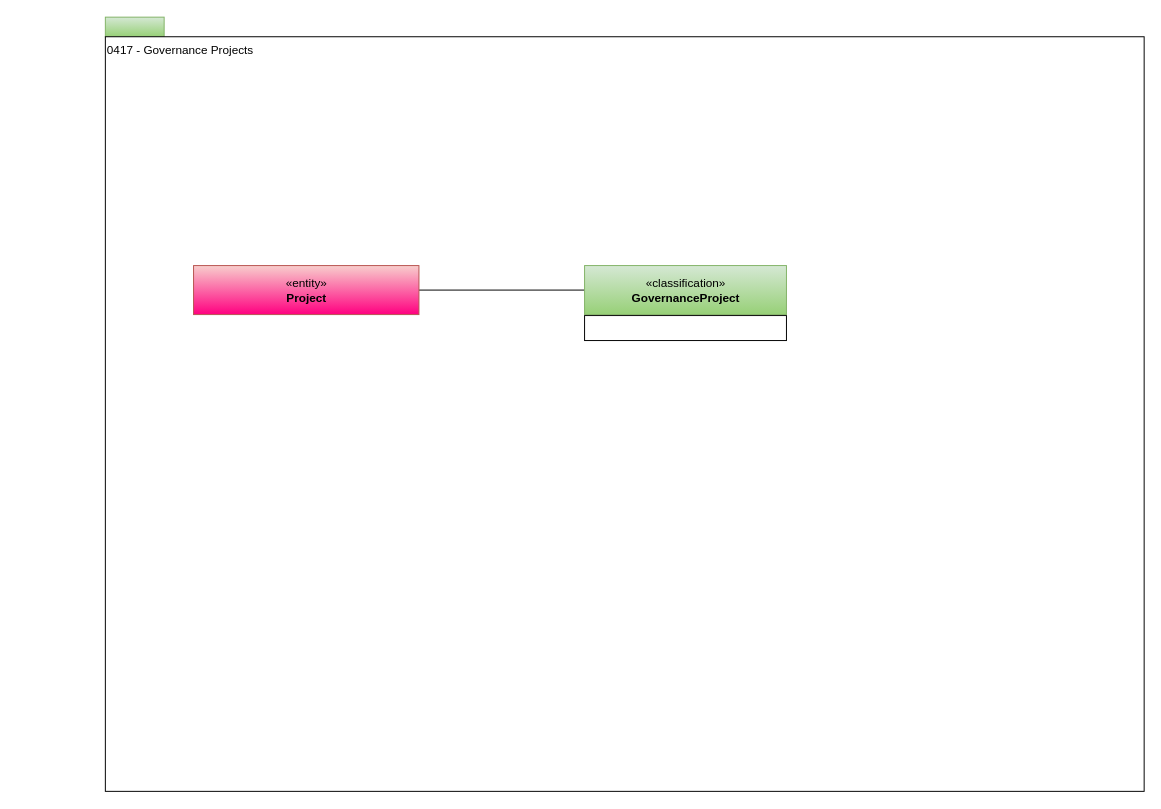
odpi/egeria-docs keeps this draw.io diagram as page "0417-Governance-Projects" (5 of 30) of site/docs/types/4/area-4-governance.drawio. Above is the earlier version. Source tidied: cells renumbered, new cells numbered last; positions are measured from the earlier drawing's top-left corner, leaving out a move shared by most shapes. Both pictures are drawn from the tidied source at 98%, with x=0, y=0 at pixel (105, 17).
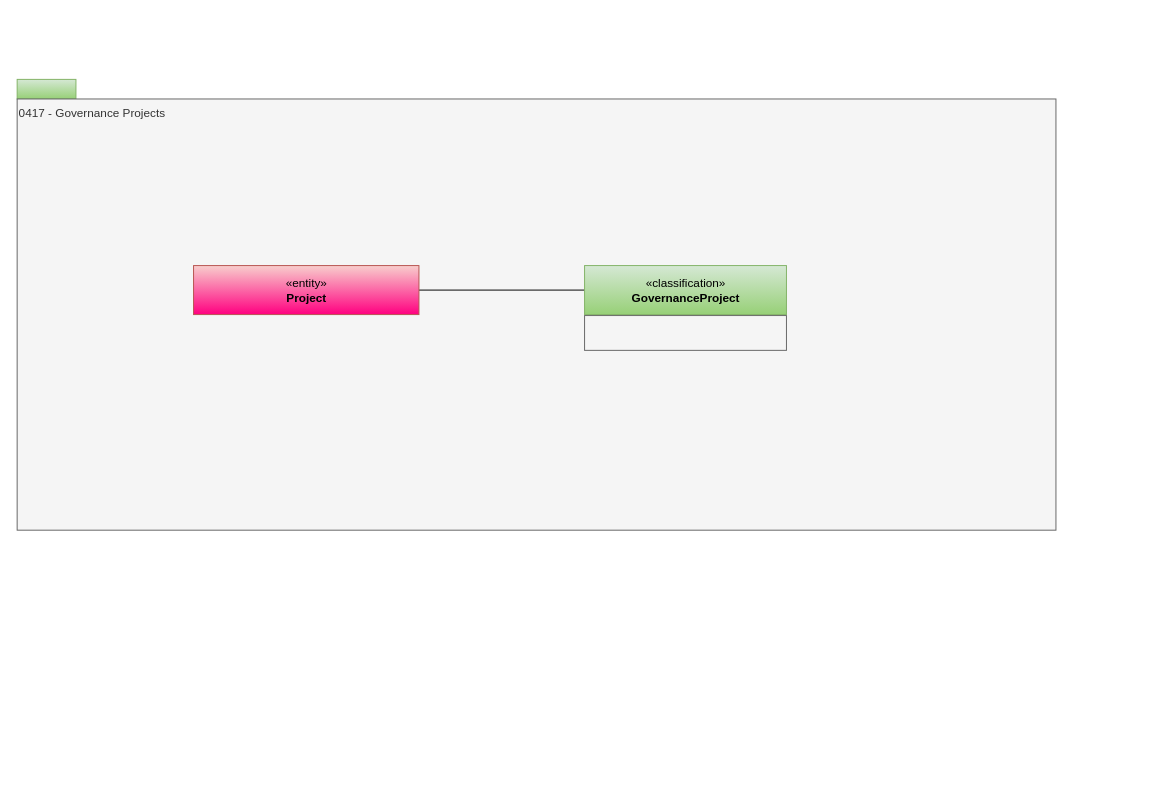
The same diagram, later.

The edit, as a diff of the source:
```diff
@@
 <mxGraphModel>
   <root>
     <mxCell id="0" />
     <mxCell id="1" parent="0" />
     <mxCell id="2" style="rounded=0;whiteSpace=wrap;html=1;align=left;fillColor=#d5e8d4;strokeColor=#82b366;gradientColor=#97d077;" parent="1" vertex="1">
-      <mxGeometry width="60" height="20" as="geometry" />
+      <mxGeometry x="-90" y="63.5" width="60" height="20" as="geometry" />
     </mxCell>
-    <mxCell id="3" value="0417 - Governance Projects" style="rounded=0;whiteSpace=wrap;html=1;align=left;verticalAlign=top;" parent="1" vertex="1">
-      <mxGeometry y="20" width="1060" height="770" as="geometry" />
+    <mxCell id="3" value="0417 - Governance Projects" style="rounded=0;whiteSpace=wrap;html=1;align=left;verticalAlign=top;fillColor=#f5f5f5;fontColor=#333333;strokeColor=#666666;" parent="1" vertex="1">
+      <mxGeometry x="-90" y="83.5" width="1060" height="440" as="geometry" />
     </mxCell>
-    <mxCell id="4" value="&lt;span&gt;&lt;br&gt;&lt;/span&gt;" style="rounded=0;whiteSpace=wrap;html=1;strokeColor=#000000;gradientColor=#ffffff;align=left;" parent="1" vertex="1">
-      <mxGeometry x="489" y="304.5" width="206" height="25.5" as="geometry" />
+    <mxCell id="4" value="&lt;span&gt;&lt;br&gt;&lt;/span&gt;" style="rounded=0;whiteSpace=wrap;html=1;strokeColor=#666666;align=left;fillColor=#f5f5f5;fontColor=#333333;" parent="1" vertex="1">
+      <mxGeometry x="489" y="304.5" width="206" height="35.5" as="geometry" />
     </mxCell>
     <mxCell id="5" style="rounded=0;html=1;endArrow=none;endFill=0;jettySize=auto;exitX=1;exitY=0.5;exitDx=0;exitDy=0;" parent="1" edge="1" source="7" target="6">
       <mxGeometry relative="1" as="geometry" />
     </mxCell>
     <mxCell id="6" value="«classification»&lt;br&gt;&lt;b&gt;GovernanceProject&lt;/b&gt;" style="html=1;strokeColor=#82b366;align=center;fillColor=#d5e8d4;gradientColor=#97d077;" parent="1" vertex="1">
       <mxGeometry x="489" y="253.5" width="206" height="50" as="geometry" />
     </mxCell>
     <mxCell id="7" value="«entity»&lt;br&gt;&lt;b&gt;Project&lt;/b&gt;" style="html=1;strokeColor=#b85450;align=center;fillColor=#f8cecc;gradientColor=#FF0080;" parent="1" vertex="1">
       <mxGeometry x="90" y="253.5" width="230" height="50" as="geometry" />
     </mxCell>
   </root>
 </mxGraphModel>
```
